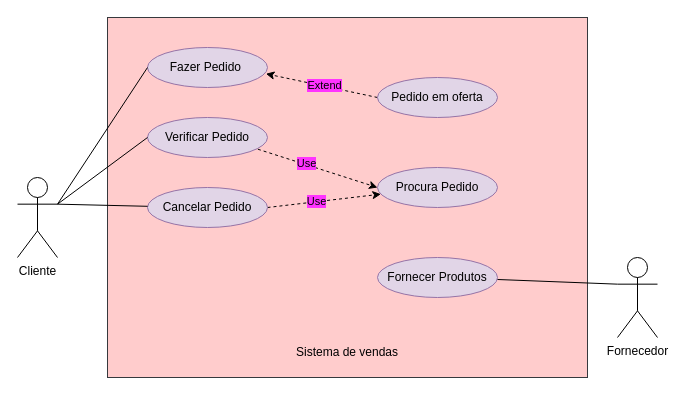
Before: Engenharia SW/DiagramaDeClasses.drawio in Anaraquely/Bertoti, a draw.io diagram. Source tidied: cells renumbered, new cells numbered last; positions are measured from the earlier drawing's top-left corner, leaving out a move shared by most shapes. Both pictures are drawn from the tidied source at 100%, with x=0, y=0 at pixel (17, 17).
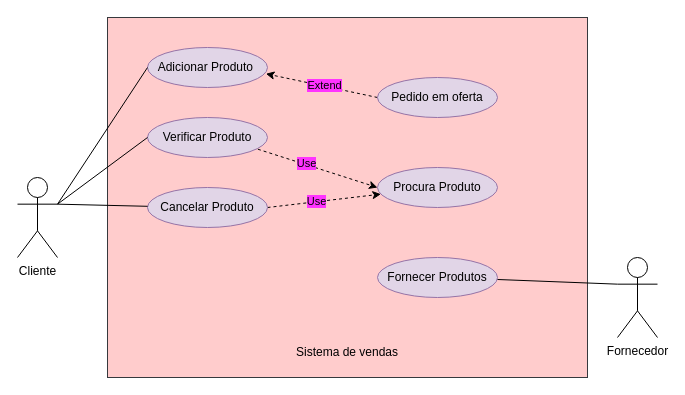
Above is the later version.

What changed in the source:
```diff
@@
-    <mxCell id="4" value="Fazer Pedido&amp;nbsp;" style="ellipse;whiteSpace=wrap;html=1;fillColor=#e1d5e7;strokeColor=#9673a6;" parent="1" vertex="1">
+    <mxCell id="4" value="Adicionar Produto&amp;nbsp;" style="ellipse;whiteSpace=wrap;html=1;fillColor=#e1d5e7;strokeColor=#9673a6;" parent="1" vertex="1">
       <mxGeometry x="130" y="30" width="120" height="40" as="geometry" />
     </mxCell>
-    <mxCell id="5" value="Verificar Pedido" style="ellipse;whiteSpace=wrap;html=1;fillColor=#e1d5e7;strokeColor=#9673a6;" parent="1" vertex="1">
+    <mxCell id="5" value="Verificar Produto" style="ellipse;whiteSpace=wrap;html=1;fillColor=#e1d5e7;strokeColor=#9673a6;" parent="1" vertex="1">
       <mxGeometry x="130" y="100" width="120" height="40" as="geometry" />
     </mxCell>
@@
-    <mxCell id="8" value="Cancelar Pedido" style="ellipse;whiteSpace=wrap;html=1;fillColor=#e1d5e7;strokeColor=#9673a6;" parent="1" vertex="1">
+    <mxCell id="8" value="Cancelar Produto" style="ellipse;whiteSpace=wrap;html=1;fillColor=#e1d5e7;strokeColor=#9673a6;" parent="1" vertex="1">
       <mxGeometry x="130" y="170" width="120" height="40" as="geometry" />
     </mxCell>
@@
-    <mxCell id="15" value="Procura Pedido" style="ellipse;whiteSpace=wrap;html=1;fillColor=#e1d5e7;strokeColor=#9673a6;" parent="1" vertex="1">
+    <mxCell id="15" value="Procura Produto" style="ellipse;whiteSpace=wrap;html=1;fillColor=#e1d5e7;strokeColor=#9673a6;" parent="1" vertex="1">
       <mxGeometry x="360" y="150" width="120" height="40" as="geometry" />
     </mxCell>
```
